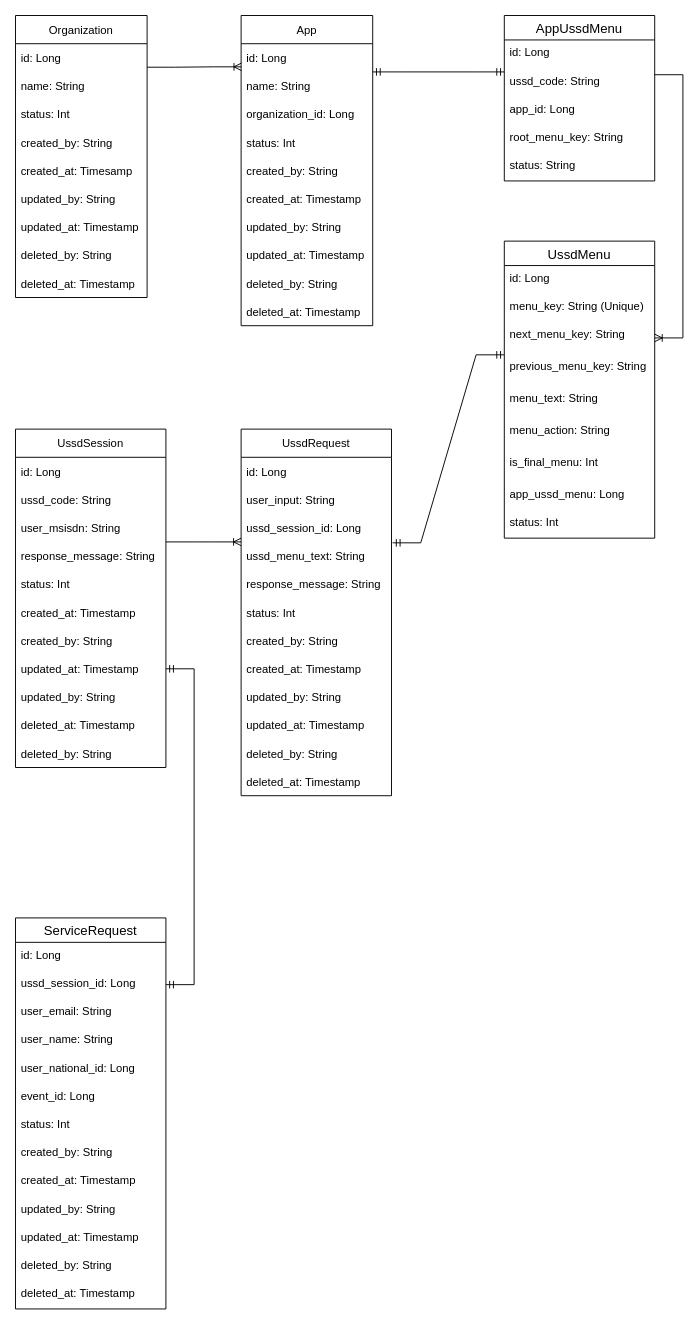
The draw.io diagram page "ERD" (1 of 2) of USSD ERD.drawio in GitauSam/kappa, before the edit. Source tidied: cells renumbered, new cells numbered last; positions are measured from the earlier drawing's top-left corner, leaving out a move shared by most shapes. Both pictures are drawn from the tidied source at 94%, with x=0, y=0 at pixel (15, 15).
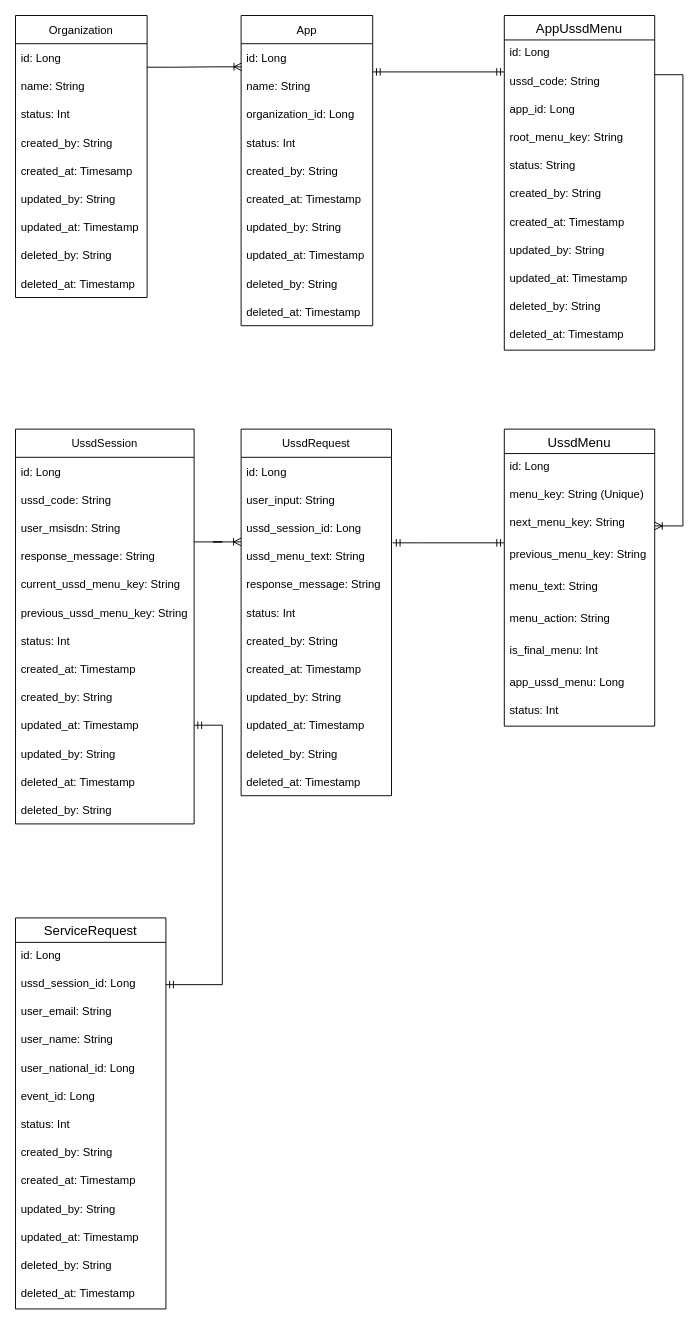
After the change.

The edit, as a diff of the source:
```diff
@@
     <mxCell id="24" value="UssdMenu" style="swimlane;fontStyle=0;horizontal=1;startSize=26;align=center;fontSize=14;" parent="1" vertex="1">
-      <mxGeometry x="520" y="240" width="160" height="316" as="geometry" />
+      <mxGeometry x="520" y="440" width="160" height="316" as="geometry" />
     </mxCell>
@@
     <mxCell id="34" value="AppUssdMenu" style="swimlane;fontStyle=0;horizontal=1;startSize=26;align=center;fontSize=14;" parent="1" vertex="1">
-      <mxGeometry x="520" width="160" height="176" as="geometry" />
+      <mxGeometry x="520" width="160" height="356" as="geometry" />
     </mxCell>
@@
+    <mxCell id="84" value="created_by: String" style="text;strokeColor=none;fillColor=none;spacingLeft=4;spacingRight=4;overflow=hidden;fontSize=12;" parent="34" vertex="1">
+      <mxGeometry y="176" width="160" height="30" as="geometry" />
+    </mxCell>
+    <mxCell id="85" value="created_at: Timestamp" style="text;strokeColor=none;fillColor=none;spacingLeft=4;spacingRight=4;overflow=hidden;fontSize=12;" parent="34" vertex="1">
+      <mxGeometry y="206" width="160" height="30" as="geometry" />
+    </mxCell>
+    <mxCell id="86" value="updated_by: String" style="text;strokeColor=none;fillColor=none;spacingLeft=4;spacingRight=4;overflow=hidden;fontSize=12;" parent="34" vertex="1">
+      <mxGeometry y="236" width="160" height="30" as="geometry" />
+    </mxCell>
+    <mxCell id="87" value="updated_at: Timestamp" style="text;strokeColor=none;fillColor=none;spacingLeft=4;spacingRight=4;overflow=hidden;fontSize=12;" parent="34" vertex="1">
+      <mxGeometry y="266" width="160" height="30" as="geometry" />
+    </mxCell>
+    <mxCell id="88" value="deleted_by: String" style="text;strokeColor=none;fillColor=none;spacingLeft=4;spacingRight=4;overflow=hidden;fontSize=12;" parent="34" vertex="1">
+      <mxGeometry y="296" width="160" height="30" as="geometry" />
+    </mxCell>
+    <mxCell id="89" value="deleted_at: Timestamp" style="text;strokeColor=none;fillColor=none;spacingLeft=4;spacingRight=4;overflow=hidden;fontSize=12;" parent="34" vertex="1">
+      <mxGeometry y="326" width="160" height="30" as="geometry" />
+    </mxCell>
@@
     <mxCell id="42" value="UssdSession" style="swimlane;fontStyle=0;horizontal=1;startSize=30;" parent="1" vertex="1">
-      <mxGeometry y="440" width="160" height="360" as="geometry" />
+      <mxGeometry y="440" width="190" height="420" as="geometry" />
     </mxCell>
     <mxCell id="43" value="id: Long" style="text;strokeColor=none;fillColor=none;align=left;verticalAlign=middle;spacingLeft=4;spacingRight=4;overflow=hidden;" parent="42" vertex="1">
-      <mxGeometry y="30" width="160" height="30" as="geometry" />
+      <mxGeometry y="30" width="190" height="30" as="geometry" />
     </mxCell>
     <mxCell id="44" value="ussd_code: String" style="text;strokeColor=none;fillColor=none;align=left;verticalAlign=middle;spacingLeft=4;spacingRight=4;overflow=hidden;" parent="42" vertex="1">
-      <mxGeometry y="60" width="160" height="30" as="geometry" />
+      <mxGeometry y="60" width="190" height="30" as="geometry" />
     </mxCell>
     <mxCell id="45" value="user_msisdn: String" style="text;strokeColor=none;fillColor=none;align=left;verticalAlign=middle;spacingLeft=4;spacingRight=4;overflow=hidden;" parent="42" vertex="1">
-      <mxGeometry y="90" width="160" height="30" as="geometry" />
+      <mxGeometry y="90" width="190" height="30" as="geometry" />
     </mxCell>
     <mxCell id="46" value="response_message: String" style="text;strokeColor=none;fillColor=none;align=left;verticalAlign=middle;spacingLeft=4;spacingRight=4;overflow=hidden;" parent="42" vertex="1">
-      <mxGeometry y="120" width="160" height="30" as="geometry" />
+      <mxGeometry y="120" width="190" height="30" as="geometry" />
     </mxCell>
+    <mxCell id="90" value="current_ussd_menu_key: String" style="text;strokeColor=none;fillColor=none;align=left;verticalAlign=middle;spacingLeft=4;spacingRight=4;overflow=hidden;" parent="42" vertex="1">
+      <mxGeometry y="150" width="190" height="30" as="geometry" />
+    </mxCell>
+    <mxCell id="91" value="previous_ussd_menu_key: String" style="text;strokeColor=none;fillColor=none;align=left;verticalAlign=middle;spacingLeft=4;spacingRight=4;overflow=hidden;" parent="42" vertex="1">
+      <mxGeometry y="180" width="190" height="30" as="geometry" />
+    </mxCell>
     <mxCell id="47" value="status: Int" style="text;strokeColor=none;fillColor=none;align=left;verticalAlign=middle;spacingLeft=4;spacingRight=4;overflow=hidden;" parent="42" vertex="1">
-      <mxGeometry y="150" width="160" height="30" as="geometry" />
+      <mxGeometry y="210" width="190" height="30" as="geometry" />
     </mxCell>
     <mxCell id="48" value="created_at: Timestamp" style="text;strokeColor=none;fillColor=none;align=left;verticalAlign=middle;spacingLeft=4;spacingRight=4;overflow=hidden;" parent="42" vertex="1">
-      <mxGeometry y="180" width="160" height="30" as="geometry" />
+      <mxGeometry y="240" width="190" height="30" as="geometry" />
     </mxCell>
     <mxCell id="49" value="created_by: String" style="text;strokeColor=none;fillColor=none;align=left;verticalAlign=middle;spacingLeft=4;spacingRight=4;overflow=hidden;" parent="42" vertex="1">
-      <mxGeometry y="210" width="160" height="30" as="geometry" />
+      <mxGeometry y="270" width="190" height="30" as="geometry" />
     </mxCell>
     <mxCell id="50" value="updated_at: Timestamp" style="text;strokeColor=none;fillColor=none;align=left;verticalAlign=middle;spacingLeft=4;spacingRight=4;overflow=hidden;points=[[0,0.5],[1,0.5]];portConstraint=eastwest;" parent="42" vertex="1">
-      <mxGeometry y="240" width="160" height="30" as="geometry" />
+      <mxGeometry y="300" width="190" height="30" as="geometry" />
     </mxCell>
     <mxCell id="51" value="updated_by: String" style="text;strokeColor=none;fillColor=none;align=left;verticalAlign=middle;spacingLeft=4;spacingRight=4;overflow=hidden;" parent="42" vertex="1">
-      <mxGeometry y="270" width="160" height="30" as="geometry" />
+      <mxGeometry y="330" width="190" height="30" as="geometry" />
     </mxCell>
     <mxCell id="52" value="deleted_at: Timestamp" style="text;strokeColor=none;fillColor=none;align=left;verticalAlign=middle;spacingLeft=4;spacingRight=4;overflow=hidden;" parent="42" vertex="1">
-      <mxGeometry y="300" width="160" height="30" as="geometry" />
+      <mxGeometry y="360" width="190" height="30" as="geometry" />
     </mxCell>
     <mxCell id="53" value="deleted_by: String" style="text;strokeColor=none;fillColor=none;align=left;verticalAlign=middle;spacingLeft=4;spacingRight=4;overflow=hidden;" parent="42" vertex="1">
-      <mxGeometry y="330" width="160" height="30" as="geometry" />
+      <mxGeometry y="390" width="190" height="30" as="geometry" />
     </mxCell>
@@
     <mxCell id="67" style="edgeStyle=entityRelationEdgeStyle;fontSize=12;html=1;endArrow=ERoneToMany;rounded=0;" parent="1" edge="1">
       <mxGeometry relative="1" as="geometry">
-        <mxPoint x="160" y="560" as="sourcePoint" />
+        <mxPoint x="190" y="560" as="sourcePoint" />
         <mxPoint x="240" y="560" as="targetPoint" />
       </mxGeometry>
     </mxCell>
```
